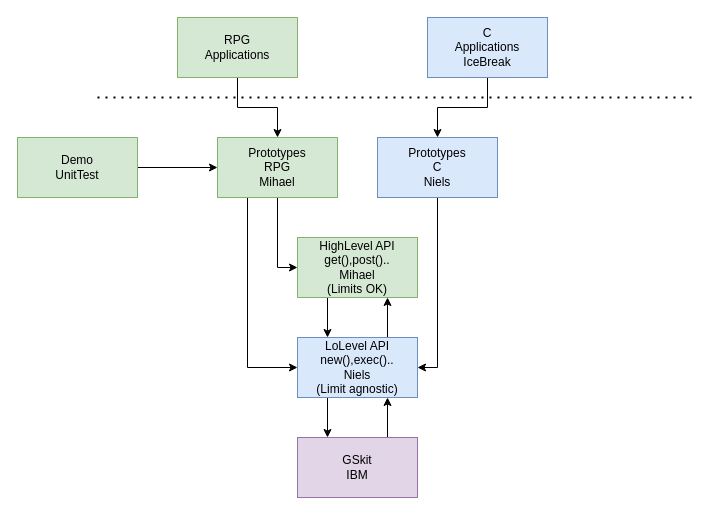
sitemule/ILEvator keeps this draw.io diagram as documentation/ILEvator.drawio. Above is the earlier version. Source tidied: cells renumbered, new cells numbered last; positions are measured from the earlier drawing's top-left corner, leaving out a move shared by most shapes. Both pictures are drawn from the tidied source at 100%, with x=0, y=0 at pixel (17, 17).
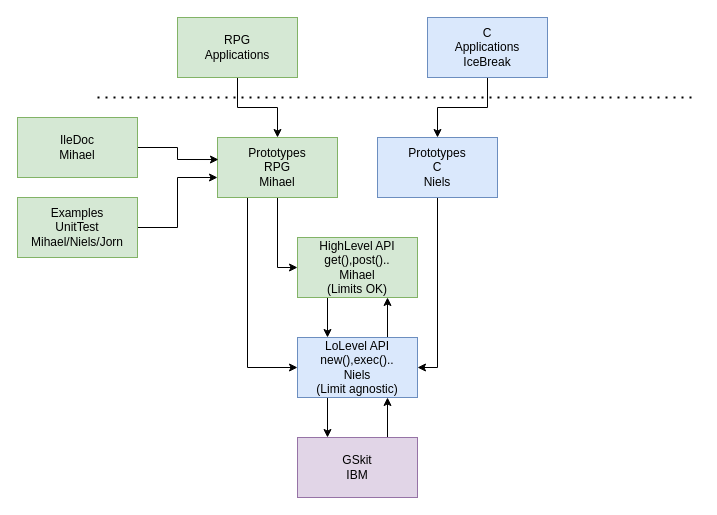
Above is the later version.

Commit message:
ILEvator flow

Unchanged cells that the change refers to:
```xml
<mxCell id="11" value="Prototypes&lt;br&gt;RPG&lt;br&gt;Mihael" style="rounded=0;whiteSpace=wrap;html=1;fillColor=#d5e8d4;strokeColor=#82b366;" parent="1" vertex="1">
  <mxGeometry x="200" y="120" width="120" height="60" as="geometry" />
</mxCell>
```

What changed in the source:
```diff
@@
-    <mxCell id="19" style="edgeStyle=orthogonalEdgeStyle;rounded=0;jettySize=auto;html=1;exitX=1;exitY=0.5;exitDx=0;exitDy=0;entryX=0;entryY=0.5;entryDx=0;entryDy=0;" parent="1" edge="1" source="20" target="11">
-      <mxGeometry relative="1" as="geometry" />
+    <mxCell id="19" style="edgeStyle=orthogonalEdgeStyle;rounded=0;jettySize=auto;html=1;exitX=1;exitY=0.5;exitDx=0;exitDy=0;" parent="1" edge="1" source="20">
+      <mxGeometry relative="1" as="geometry">
+        <mxPoint x="200" y="160" as="targetPoint" />
+        <Array as="points">
+          <mxPoint x="160" y="210" />
+          <mxPoint x="160" y="160" />
+        </Array>
+      </mxGeometry>
     </mxCell>
-    <mxCell id="20" value="Demo&lt;br&gt;UnitTest" style="rounded=0;whiteSpace=wrap;html=1;fillColor=#d5e8d4;strokeColor=#82b366;" parent="1" vertex="1">
-      <mxGeometry y="120" width="120" height="60" as="geometry" />
+    <mxCell id="20" value="Examples&lt;br&gt;UnitTest&lt;br&gt;Mihael/Niels/Jorn" style="rounded=0;whiteSpace=wrap;html=1;fillColor=#d5e8d4;strokeColor=#82b366;" parent="1" vertex="1">
+      <mxGeometry y="180" width="120" height="60" as="geometry" />
     </mxCell>
+    <mxCell id="21" style="edgeStyle=orthogonalEdgeStyle;rounded=0;jettySize=auto;html=1;exitX=1;exitY=0.5;exitDx=0;exitDy=0;entryX=0.008;entryY=0.367;entryDx=0;entryDy=0;entryPerimeter=0;" parent="1" edge="1" source="22" target="11">
+      <mxGeometry relative="1" as="geometry" />
+    </mxCell>
+    <mxCell id="22" value="IleDoc&lt;br&gt;Mihael" style="rounded=0;whiteSpace=wrap;html=1;fillColor=#d5e8d4;strokeColor=#82b366;" parent="1" vertex="1">
+      <mxGeometry y="100" width="120" height="60" as="geometry" />
+    </mxCell>
```
